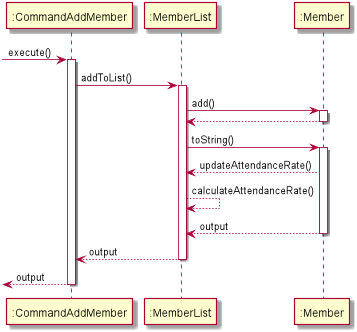
Before: docs/hrDiagramPic/CommandAddMember.png, a diagram exported from PlantUML (nus-cs2113-AY2021S1/tp). Source of this version:
```plantuml
@startuml
 -> ":CommandAddMember": execute()


activate ":CommandAddMember"
":CommandAddMember" -> ":MemberList" : addToList()
activate ":MemberList"
":MemberList" -> ":Member": add()
activate ":Member"
return
":MemberList" -> ":Member" : toString()
activate ":Member"
":Member" --> ":MemberList" : updateAttendanceRate()
":MemberList" --> ":MemberList" : calculateAttendanceRate()
return output
return output
return output
deactivate ":CommandAddMember"
@enduml
```
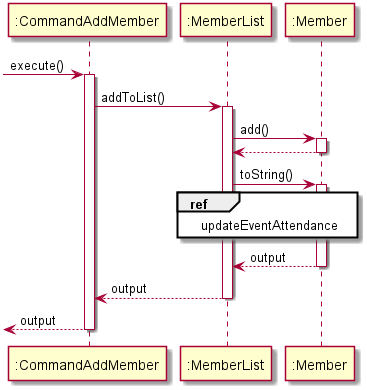
After the commit.

What changed in the source:
```diff
@@ -10,10 +10,11 @@
 return
 ":MemberList" -> ":Member" : toString()
 activate ":Member"
-":Member" --> ":MemberList" : updateAttendanceRate()
-":MemberList" --> ":MemberList" : calculateAttendanceRate()
+ref over ":Member", ":MemberList"
+    updateEventAttendance
+end ref
 return output
 return output
-return output
+<-- ":CommandAddMember" : output
 deactivate ":CommandAddMember"
 @enduml
```
